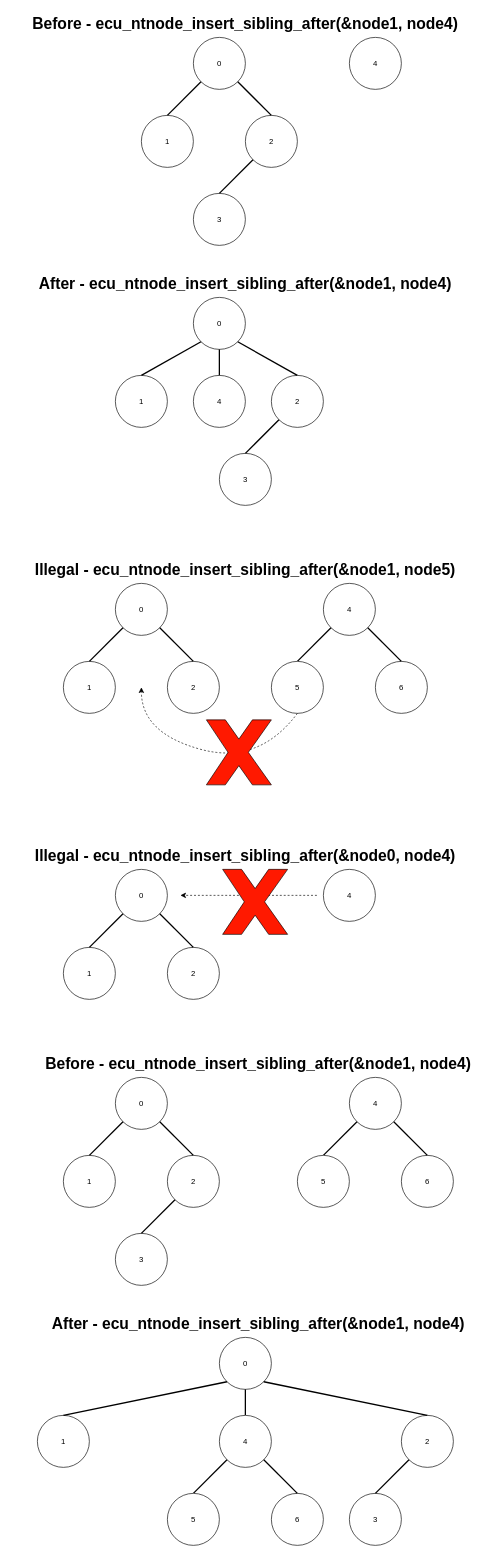
The draw.io diagram page "ecu_ntnode_insert_sibling_after" (12 of 36) of doc/images/ntnode/ntnode.drawio in ress059/ecu, before the edit. Source tidied: cells renumbered, new cells numbered last; positions are measured from the earlier drawing's top-left corner, leaving out a move shared by most shapes. Both pictures are drawn from the tidied source at 65%, with x=0, y=0 at pixel (11, 11).
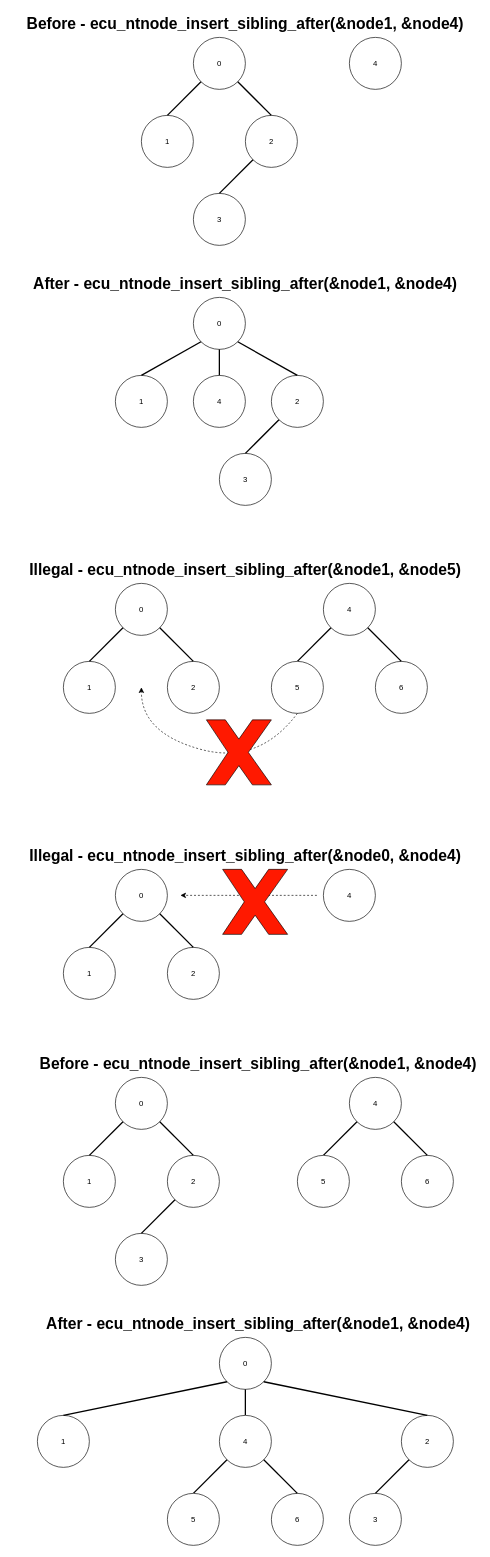
After the change.

What changed in the source:
```diff
@@
-    <mxCell id="10" value="&lt;b&gt;&lt;font style=&quot;font-size: 24px;&quot;&gt;Before - ecu_ntnode_insert_sibling_after(&amp;amp;node1, node4)&lt;/font&gt;&lt;/b&gt;" style="text;html=1;strokeColor=none;fillColor=none;align=center;verticalAlign=middle;whiteSpace=wrap;rounded=0;" parent="1" vertex="1">
+    <mxCell id="10" value="&lt;b&gt;&lt;font style=&quot;font-size: 24px;&quot;&gt;Before - ecu_ntnode_insert_sibling_after(&amp;amp;node1, &amp;amp;node4)&lt;/font&gt;&lt;/b&gt;" style="text;html=1;strokeColor=none;fillColor=none;align=center;verticalAlign=middle;whiteSpace=wrap;rounded=0;" parent="1" vertex="1">
       <mxGeometry width="720" height="40" as="geometry" />
     </mxCell>
@@
-    <mxCell id="19" value="&lt;b&gt;&lt;font style=&quot;font-size: 24px;&quot;&gt;After - ecu_ntnode_insert_sibling_after(&amp;amp;node1, node4)&lt;/font&gt;&lt;/b&gt;" style="text;html=1;strokeColor=none;fillColor=none;align=center;verticalAlign=middle;whiteSpace=wrap;rounded=0;" parent="1" vertex="1">
+    <mxCell id="19" value="&lt;b&gt;&lt;font style=&quot;font-size: 24px;&quot;&gt;After - ecu_ntnode_insert_sibling_after(&amp;amp;node1, &amp;amp;node4)&lt;/font&gt;&lt;/b&gt;" style="text;html=1;strokeColor=none;fillColor=none;align=center;verticalAlign=middle;whiteSpace=wrap;rounded=0;" parent="1" vertex="1">
       <mxGeometry y="400" width="720" height="40" as="geometry" />
     </mxCell>
@@
-    <mxCell id="29" value="&lt;b&gt;&lt;font style=&quot;font-size: 24px;&quot;&gt;Before - ecu_ntnode_insert_sibling_after(&amp;amp;node1, node4)&lt;/font&gt;&lt;/b&gt;" style="text;html=1;strokeColor=none;fillColor=none;align=center;verticalAlign=middle;whiteSpace=wrap;rounded=0;" parent="1" vertex="1">
+    <mxCell id="29" value="&lt;b&gt;&lt;font style=&quot;font-size: 24px;&quot;&gt;Before - ecu_ntnode_insert_sibling_after(&amp;amp;node1, &amp;amp;node4)&lt;/font&gt;&lt;/b&gt;" style="text;html=1;strokeColor=none;fillColor=none;align=center;verticalAlign=middle;whiteSpace=wrap;rounded=0;" parent="1" vertex="1">
       <mxGeometry x="40" y="1600" width="680" height="40" as="geometry" />
     </mxCell>
@@
-    <mxCell id="37" value="&lt;b&gt;&lt;font style=&quot;font-size: 24px;&quot;&gt;After - ecu_ntnode_insert_sibling_after(&amp;amp;node1, node4)&lt;/font&gt;&lt;/b&gt;" style="text;html=1;strokeColor=none;fillColor=none;align=center;verticalAlign=middle;whiteSpace=wrap;rounded=0;" parent="1" vertex="1">
+    <mxCell id="37" value="&lt;b&gt;&lt;font style=&quot;font-size: 24px;&quot;&gt;After - ecu_ntnode_insert_sibling_after(&amp;amp;node1, &amp;amp;node4)&lt;/font&gt;&lt;/b&gt;" style="text;html=1;strokeColor=none;fillColor=none;align=center;verticalAlign=middle;whiteSpace=wrap;rounded=0;" parent="1" vertex="1">
       <mxGeometry x="40" y="2000" width="680" height="40" as="geometry" />
     </mxCell>
@@
-    <mxCell id="54" value="&lt;b&gt;&lt;font style=&quot;font-size: 24px;&quot;&gt;Illegal - ecu_ntnode_insert_sibling_after(&amp;amp;node1, node5)&lt;/font&gt;&lt;/b&gt;" style="text;html=1;strokeColor=none;fillColor=none;align=center;verticalAlign=middle;whiteSpace=wrap;rounded=0;" parent="1" vertex="1">
+    <mxCell id="54" value="&lt;b&gt;&lt;font style=&quot;font-size: 24px;&quot;&gt;Illegal - ecu_ntnode_insert_sibling_after(&amp;amp;node1, &amp;amp;node5)&lt;/font&gt;&lt;/b&gt;" style="text;html=1;strokeColor=none;fillColor=none;align=center;verticalAlign=middle;whiteSpace=wrap;rounded=0;" parent="1" vertex="1">
       <mxGeometry y="840" width="720" height="40" as="geometry" />
     </mxCell>
@@
-    <mxCell id="67" value="&lt;b&gt;&lt;font style=&quot;font-size: 24px;&quot;&gt;Illegal - ecu_ntnode_insert_sibling_after(&amp;amp;node0, node4)&lt;/font&gt;&lt;/b&gt;" style="text;html=1;strokeColor=none;fillColor=none;align=center;verticalAlign=middle;whiteSpace=wrap;rounded=0;" parent="1" vertex="1">
+    <mxCell id="67" value="&lt;b&gt;&lt;font style=&quot;font-size: 24px;&quot;&gt;Illegal - ecu_ntnode_insert_sibling_after(&amp;amp;node0, &amp;amp;node4)&lt;/font&gt;&lt;/b&gt;" style="text;html=1;strokeColor=none;fillColor=none;align=center;verticalAlign=middle;whiteSpace=wrap;rounded=0;" parent="1" vertex="1">
       <mxGeometry y="1280" width="720" height="40" as="geometry" />
     </mxCell>
```
